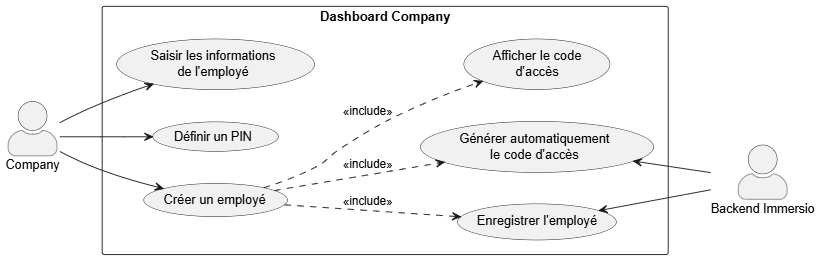
The PlantUML diagram images/raffinement_creation_employe.png in sayenjabo/TynassIt_PFE, before a commit. Its source is kept beside it as PUML/raffinement_creation_employe.puml. The source it was exported from:
```plantuml
@startuml Raffinement_Creation_Employe

left to right direction

skinparam shadowing false
skinparam defaultFontName Helvetica
skinparam actorStyle awesome

actor "Company" as Company
actor "Backend Immersio" as Backend

rectangle "Dashboard Company" {

    usecase "Saisir les informations\nde l'employé" as Informations

    usecase "Définir un PIN" as Pin

    usecase "Créer un employé" as Creer

    usecase "Générer automatiquement\nle code d'accès" as Code

    usecase "Enregistrer l'employé" as Enregistrer

    usecase "Afficher le code\nd'accès" as Afficher
}

Company --> Informations
Company --> Pin
Company --> Creer

Creer ..> Code : <<include>>
Creer ..> Enregistrer : <<include>>
Creer ..> Afficher : <<include>>

Code <-- Backend
Enregistrer <-- Backend

@enduml
```
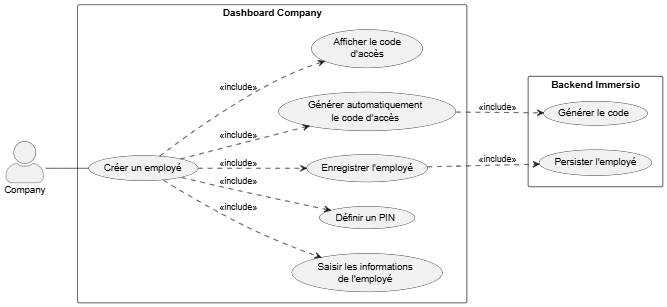
Above is the later version.

Diff of the diagram source:
```diff
@@ -7,7 +7,6 @@
 skinparam actorStyle awesome
 
 actor "Company" as Company
-actor "Backend Immersio" as Backend
 
 rectangle "Dashboard Company" {
 
@@ -24,15 +23,21 @@
     usecase "Afficher le code\nd'accès" as Afficher
 }
 
-Company --> Informations
-Company --> Pin
-Company --> Creer
+rectangle "Backend Immersio" {
+    usecase "Générer le code" as GenCode
+    usecase "Persister l'employé" as Persister
+}
+
+Code ..> GenCode : <<include>>
+Enregistrer ..> Persister : <<include>>
+
+Company -- Creer
+Creer ..> Informations : <<include>>
+Creer ..> Pin : <<include>>
 
 Creer ..> Code : <<include>>
 Creer ..> Enregistrer : <<include>>
 Creer ..> Afficher : <<include>>
 
-Code <-- Backend
-Enregistrer <-- Backend
 
 @enduml
```
